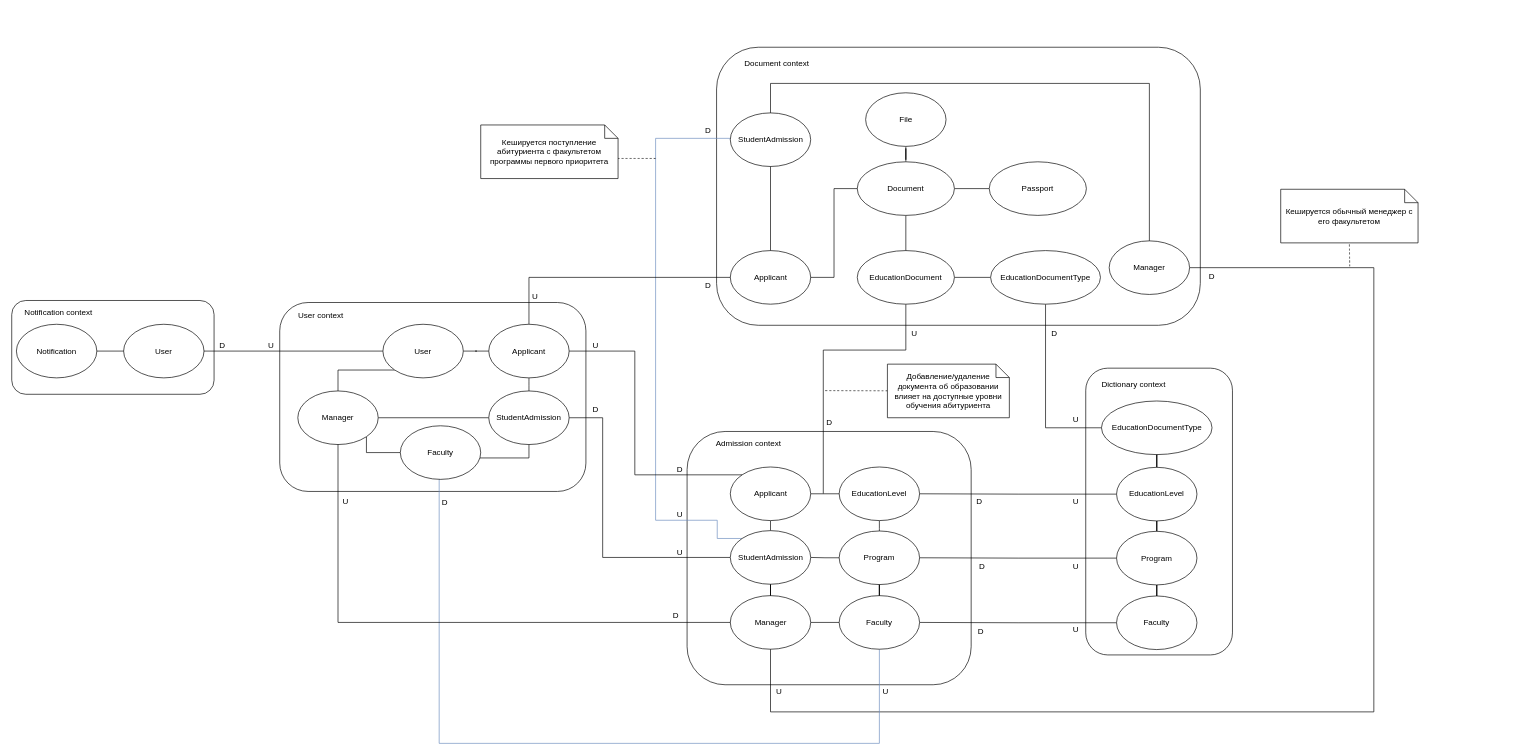
kubavsop/UniversityAdmission keeps this draw.io diagram as page "Context map" (1 of 7) of AdmissionSystem.drawio.xml. Above is the earlier version. Source tidied: cells renumbered, new cells numbered last; positions are measured from the earlier drawing's top-left corner, leaving out a move shared by most shapes. Both pictures are drawn from the tidied source at 67%, with x=0, y=0 at pixel (11, 47).
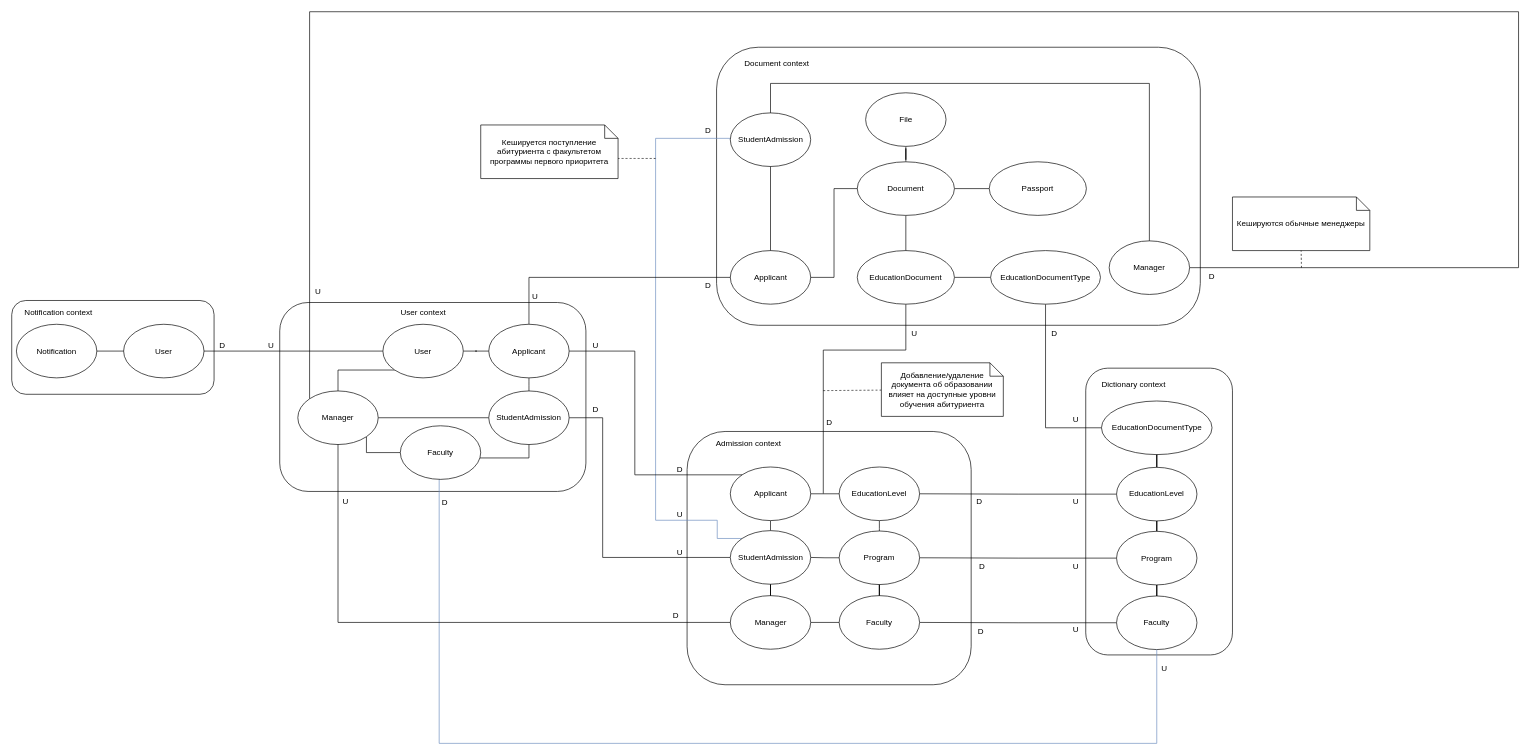
The same page after the edit.

The change refers to these unchanged cells:
```xml
<mxCell id="29" value="Manager" style="ellipse;whiteSpace=wrap;html=1;" parent="1" vertex="1">
  <mxGeometry x="1072.5" y="818.5" width="120" height="80" as="geometry" />
</mxCell>
<mxCell id="43" value="Faculty" style="ellipse;whiteSpace=wrap;html=1;" parent="1" vertex="1">
  <mxGeometry x="1649" y="819" width="120" height="80" as="geometry" />
</mxCell>
<mxCell id="53" value="Manager" style="ellipse;whiteSpace=wrap;html=1;" parent="1" vertex="1">
  <mxGeometry x="1638" y="289" width="120" height="80" as="geometry" />
</mxCell>
<mxCell id="55" value="Faculty" style="ellipse;whiteSpace=wrap;html=1;" parent="1" vertex="1">
  <mxGeometry x="1235" y="818.5" width="120" height="80" as="geometry" />
</mxCell>
<mxCell id="61" value="Manager" style="ellipse;whiteSpace=wrap;html=1;" parent="1" vertex="1">
  <mxGeometry x="427" y="513" width="120" height="80" as="geometry" />
</mxCell>
<mxCell id="99" value="Faculty" style="ellipse;whiteSpace=wrap;html=1;" parent="1" vertex="1">
  <mxGeometry x="580" y="565" width="120" height="80" as="geometry" />
</mxCell>
```

Diff of the diagram source:
```diff
@@
     <mxCell id="9" value="User context" style="text;html=1;align=center;verticalAlign=middle;whiteSpace=wrap;rounded=0;" parent="1" vertex="1">
-      <mxGeometry x="424" y="385" width="75" height="30" as="geometry" />
+      <mxGeometry x="576.5" y="381" width="75" height="30" as="geometry" />
     </mxCell>
@@
-    <mxCell id="52" style="edgeStyle=orthogonalEdgeStyle;rounded=0;jettySize=auto;html=1;entryX=0.5;entryY=1;entryDx=0;entryDy=0;endArrow=none;endFill=0;" parent="1" edge="1" source="53" target="29">
+    <mxCell id="52" style="edgeStyle=orthogonalEdgeStyle;rounded=0;jettySize=auto;html=1;entryX=0;entryY=0;entryDx=0;entryDy=0;endArrow=none;endFill=0;" parent="1" edge="1" source="53" target="61">
       <mxGeometry relative="1" as="geometry">
         <Array as="points">
-          <mxPoint x="2033" y="329" />
-          <mxPoint x="2033" y="992" />
-          <mxPoint x="1133" y="992" />
-          <mxPoint x="1133" y="899" />
+          <mxPoint x="2249" y="329" />
+          <mxPoint x="2249" y="-53" />
+          <mxPoint x="445" y="-53" />
         </Array>
       </mxGeometry>
     </mxCell>
@@
-    <mxCell id="54" style="edgeStyle=orthogonalEdgeStyle;rounded=0;jettySize=auto;html=1;entryX=0.5;entryY=1;entryDx=0;entryDy=0;fontSize=12;startSize=8;endSize=8;fillColor=#dae8fc;strokeColor=#6c8ebf;endArrow=none;endFill=0;" parent="1" edge="1" source="55" target="99">
+    <mxCell id="54" style="edgeStyle=orthogonalEdgeStyle;rounded=0;jettySize=auto;html=1;entryX=0.5;entryY=1;entryDx=0;entryDy=0;fontSize=12;startSize=8;endSize=8;fillColor=#dae8fc;strokeColor=#6c8ebf;endArrow=none;endFill=0;exitX=0.5;exitY=1;exitDx=0;exitDy=0;" parent="1" edge="1" source="43" target="99">
       <mxGeometry relative="1" as="geometry">
         <Array as="points">
-          <mxPoint x="1295" y="1039" />
+          <mxPoint x="1709" y="1039" />
           <mxPoint x="638" y="1039" />
+          <mxPoint x="638" y="645" />
         </Array>
       </mxGeometry>
     </mxCell>
@@
     <mxCell id="76" value="U" style="text;html=1;align=center;verticalAlign=middle;strokeColor=none;fillColor=none;" parent="1" vertex="1">
-      <mxGeometry x="1131" y="949" width="27" height="26" as="geometry" />
+      <mxGeometry x="443" y="352" width="27" height="26" as="geometry" />
     </mxCell>
@@
     <mxCell id="94" value="Добавление/удаление документа об образовании влияет на доступные уровни обучения абитуриента" style="shape=note;size=20;whiteSpace=wrap;html=1;" parent="1" vertex="1">
-      <mxGeometry x="1307" y="473" width="182" height="80" as="geometry" />
+      <mxGeometry x="1298" y="471" width="182" height="80" as="geometry" />
     </mxCell>
@@
     <mxCell id="100" value="U" style="text;html=1;align=center;verticalAlign=middle;strokeColor=none;fillColor=none;" parent="1" vertex="1">
-      <mxGeometry x="1290" y="949" width="27" height="26" as="geometry" />
+      <mxGeometry x="1706" y="915" width="27" height="26" as="geometry" />
     </mxCell>
@@
-    <mxCell id="102" value="Кешируется обычный менеджер с его факультетом" style="shape=note;size=20;whiteSpace=wrap;html=1;" parent="1" vertex="1">
-      <mxGeometry x="1894" y="212" width="205" height="80" as="geometry" />
+    <mxCell id="102" value="Кешируются обычные менеджеры" style="shape=note;size=20;whiteSpace=wrap;html=1;" parent="1" vertex="1">
+      <mxGeometry x="1822" y="223.5" width="205" height="80" as="geometry" />
     </mxCell>
     <mxCell id="103" style="edgeStyle=none;curved=1;rounded=0;jettySize=auto;html=1;fontSize=12;startSize=8;endSize=8;endArrow=none;endFill=0;dashed=1;entryX=0.5;entryY=1;entryDx=0;entryDy=0;entryPerimeter=0;" parent="1" edge="1" target="102">
       <mxGeometry relative="1" as="geometry">
-        <mxPoint x="1997" y="327" as="sourcePoint" />
+        <mxPoint x="1925" y="329" as="sourcePoint" />
       </mxGeometry>
     </mxCell>
```
